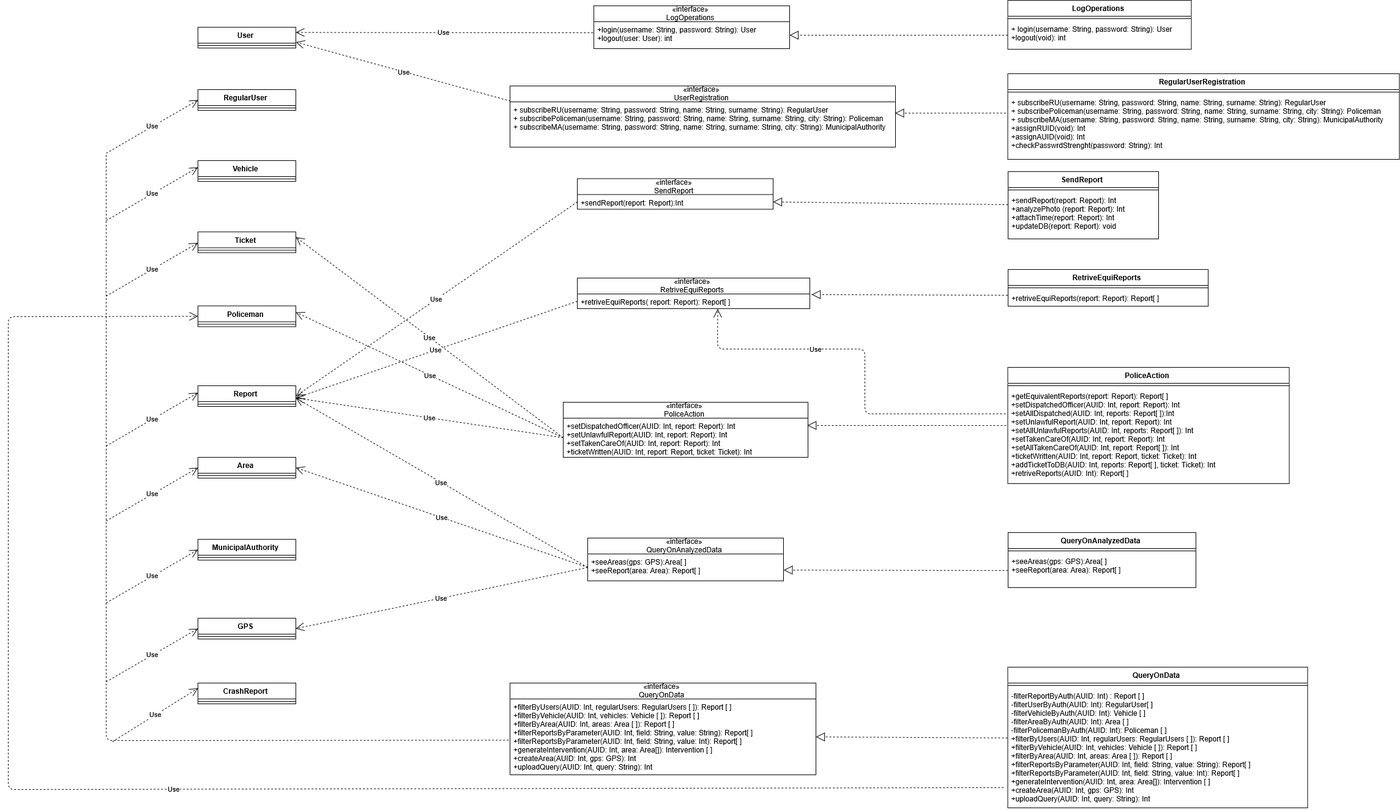
The draw.io diagram DD/Images/component_class_relation.png in fafrullo2/PanzeriPeruginiPipita, before a commit. Source tidied: cells renumbered, new cells last; positions are measured from the earlier drawing's top-left corner, leaving out a move shared by most shapes.
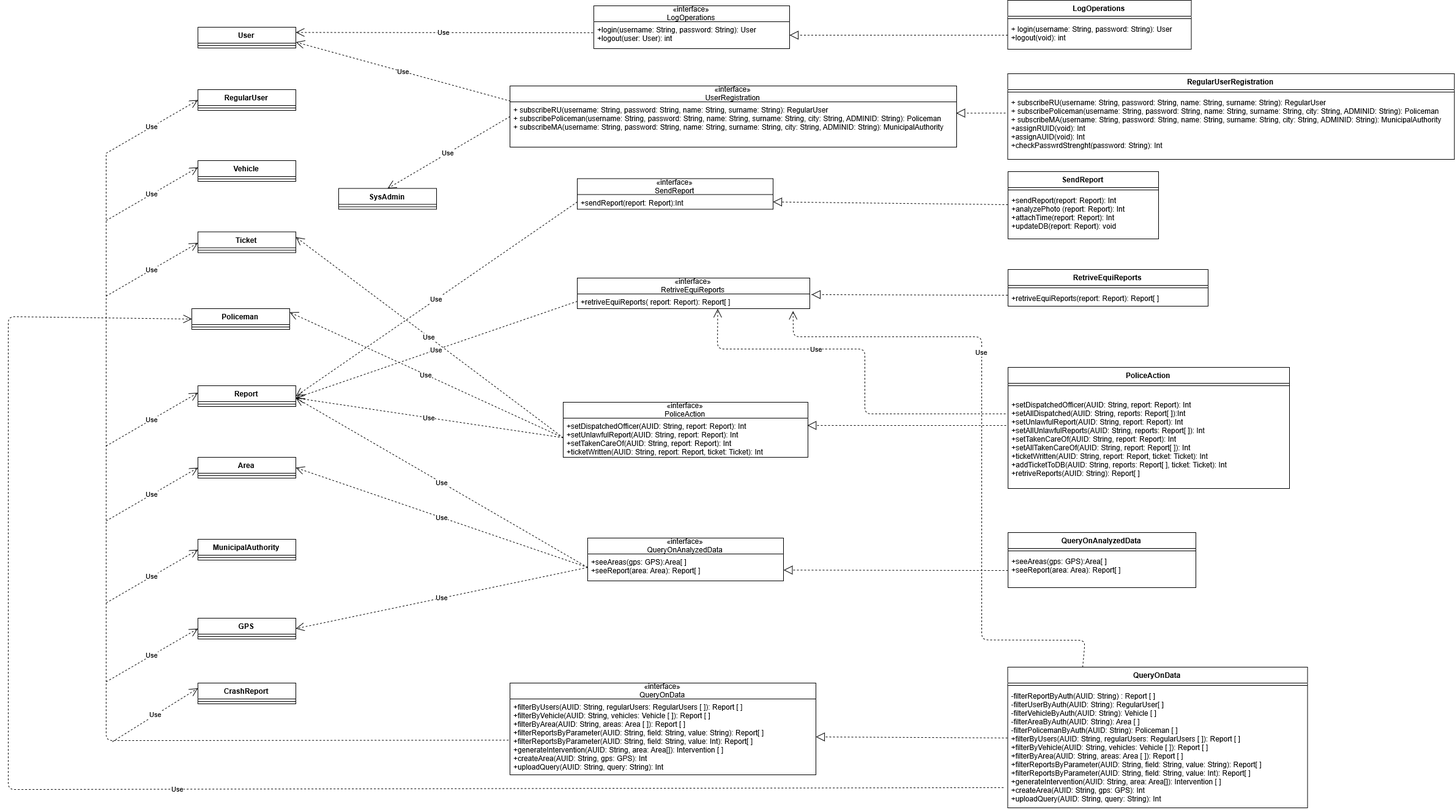
After the commit.

What changed in the source:
```diff
@@ -30,19 +30,19 @@
       <mxGeometry y="26" width="160" height="8" as="geometry" />
     </mxCell>
     <mxCell id="11" value="RegularUserRegistration" style="swimlane;fontStyle=1;align=center;verticalAlign=top;horizontal=1;startSize=26;" parent="1" vertex="1">
-      <mxGeometry x="1633.5" y="120" width="640" height="140" as="geometry" />
+      <mxGeometry x="1633.5" y="120" width="730" height="140" as="geometry" />
     </mxCell>
     <mxCell id="12" style="line;strokeWidth=1;fillColor=none;align=left;verticalAlign=middle;spacingTop=-1;spacingLeft=3;spacingRight=3;labelPosition=right;" parent="11" vertex="1">
-      <mxGeometry y="26" width="640" height="8" as="geometry" />
+      <mxGeometry y="26" width="730" height="8" as="geometry" />
     </mxCell>
-    <mxCell id="13" value="+ subscribeRU(username: String, password: String, name: String, surname: String): RegularUser&#10;+ subscribePoliceman(username: String, password: String, name: String, surname: String, city: String): Policeman&#10;+ subscribeMA(username: String, password: String, name: String, surname: String, city: String): MunicipalAuthority&#10;+assignRUID(void): Int&#10;+assignAUID(void): Int&#10;+checkPasswrdStrenght(password: String): Int" style="text;strokeColor=none;fillColor=none;align=left;verticalAlign=top;spacingLeft=4;spacingRight=4;overflow=hidden;points=[[0,0.5],[1,0.5]];portConstraint=eastwest;" parent="11" vertex="1">
-      <mxGeometry y="34" width="640" height="106" as="geometry" />
+    <mxCell id="13" value="+ subscribeRU(username: String, password: String, name: String, surname: String): RegularUser&#10;+ subscribePoliceman(username: String, password: String, name: String, surname: String, city: String, ADMINID: String): Policeman&#10;+ subscribeMA(username: String, password: String, name: String, surname: String, city: String, ADMINID: String): MunicipalAuthority&#10;+assignRUID(void): Int&#10;+assignAUID(void): Int&#10;+checkPasswrdStrenght(password: String): Int" style="text;strokeColor=none;fillColor=none;align=left;verticalAlign=top;spacingLeft=4;spacingRight=4;overflow=hidden;points=[[0,0.5],[1,0.5]];portConstraint=eastwest;" parent="11" vertex="1">
+      <mxGeometry y="34" width="730" height="106" as="geometry" />
     </mxCell>
     <mxCell id="14" value="«interface»&#10;UserRegistration" style="swimlane;fontStyle=0;horizontal=1;startSize=26;fillColor=none;" parent="1" vertex="1">
-      <mxGeometry x="820" y="140" width="630" height="100" as="geometry" />
+      <mxGeometry x="820" y="140" width="730" height="100" as="geometry" />
     </mxCell>
-    <mxCell id="15" value="+ subscribeRU(username: String, password: String, name: String, surname: String): RegularUser&#10;+ subscribePoliceman(username: String, password: String, name: String, surname: String, city: String): Policeman&#10;+ subscribeMA(username: String, password: String, name: String, surname: String, city: String): MunicipalAuthority" style="text;strokeColor=none;fillColor=none;align=left;verticalAlign=top;spacingLeft=4;spacingRight=4;overflow=hidden;points=[[0,0.5],[1,0.5]];portConstraint=eastwest;" parent="14" vertex="1">
-      <mxGeometry y="26" width="630" height="74" as="geometry" />
+    <mxCell id="15" value="+ subscribeRU(username: String, password: String, name: String, surname: String): RegularUser&#10;+ subscribePoliceman(username: String, password: String, name: String, surname: String, city: String, ADMINID: String): Policeman&#10;+ subscribeMA(username: String, password: String, name: String, surname: String, city: String, ADMINID: String): MunicipalAuthority" style="text;strokeColor=none;fillColor=none;align=left;verticalAlign=top;spacingLeft=4;spacingRight=4;overflow=hidden;points=[[0,0.5],[1,0.5]];portConstraint=eastwest;" parent="14" vertex="1">
+      <mxGeometry y="26" width="730" height="74" as="geometry" />
     </mxCell>
     <mxCell id="16" value="SendReport" style="swimlane;fontStyle=1;align=center;verticalAlign=top;horizontal=1;startSize=26;" parent="1" vertex="1">
       <mxGeometry x="1634" y="280" width="246" height="110" as="geometry" />
@@ -63,13 +63,13 @@
       <mxGeometry y="34" width="327" height="26" as="geometry" />
     </mxCell>
     <mxCell id="22" value="PoliceAction" style="swimlane;fontStyle=1;align=center;verticalAlign=top;horizontal=1;startSize=26;" parent="1" vertex="1">
-      <mxGeometry x="1633.5" y="600" width="460" height="190" as="geometry" />
+      <mxGeometry x="1634" y="600" width="460" height="198" as="geometry" />
     </mxCell>
     <mxCell id="23" style="line;strokeWidth=1;fillColor=none;align=left;verticalAlign=middle;spacingTop=-1;spacingLeft=3;spacingRight=3;labelPosition=right;" parent="22" vertex="1">
       <mxGeometry y="26" width="460" height="8" as="geometry" />
     </mxCell>
-    <mxCell id="24" value="+getEquivalentReports(report: Report): Report[ ]&#10;+setDispatchedOfficer(AUID: Int, report: Report): Int&#10;+setAllDispatched(AUID: Int, reports: Report[ ]):Int&#10;+setUnlawfulReport(AUID: Int, report: Report): Int&#10;+setAllUnlawfulReports(AUID: Int, reports: Report[ ]): Int&#10;+setTakenCareOf(AUID: Int, report: Report): Int&#10;+setAllTakenCareOf(AUID: Int, report: Report[ ]): Int&#10;+ticketWritten(AUID: Int, report: Report, ticket: Ticket): Int&#10;+addTicketToDB(AUID: Int, reports: Report[ ], ticket: Ticket): Int&#10;+retriveReports(AUID: Int): Report[ ]" style="text;strokeColor=none;fillColor=none;align=left;verticalAlign=top;spacingLeft=4;spacingRight=4;overflow=hidden;" parent="22" vertex="1">
-      <mxGeometry y="34" width="460" height="156" as="geometry" />
+    <mxCell id="24" value="&#10;+setDispatchedOfficer(AUID: String, report: Report): Int&#10;+setAllDispatched(AUID: String, reports: Report[ ]):Int&#10;+setUnlawfulReport(AUID: String, report: Report): Int&#10;+setAllUnlawfulReports(AUID: String, reports: Report[ ]): Int&#10;+setTakenCareOf(AUID: String, report: Report): Int&#10;+setAllTakenCareOf(AUID: String, report: Report[ ]): Int&#10;+ticketWritten(AUID: String, report: Report, ticket: Ticket): Int&#10;+addTicketToDB(AUID: String, reports: Report[ ], ticket: Ticket): Int&#10;+retriveReports(AUID: String): Report[ ]" style="text;strokeColor=none;fillColor=none;align=left;verticalAlign=top;spacingLeft=4;spacingRight=4;overflow=hidden;" parent="22" vertex="1">
+      <mxGeometry y="34" width="460" height="164" as="geometry" />
     </mxCell>
     <mxCell id="25" value="QueryOnAnalyzedData" style="swimlane;fontStyle=1;align=center;verticalAlign=top;horizontal=1;startSize=26;" parent="1" vertex="1">
       <mxGeometry x="1634" y="870" width="307" height="90" as="geometry" />
@@ -86,7 +86,7 @@
     <mxCell id="29" style="line;strokeWidth=1;fillColor=none;align=left;verticalAlign=middle;spacingTop=-1;spacingLeft=3;spacingRight=3;labelPosition=right;" parent="28" vertex="1">
       <mxGeometry y="26" width="490" height="8" as="geometry" />
     </mxCell>
-    <mxCell id="30" value="-filterReportByAuth(AUID: Int) : Report [ ]&#10;-filterUserByAuth(AUID: Int): RegularUser[ ]&#10;-filterVehicleByAuth(AUID: Int): Vehicle [ ]&#10;-filterAreaByAuth(AUID: Int): Area [ ]&#10;-filterPolicemanByAuth(AUID: Int): Policeman [ ]&#10;+filterByUsers(AUID: Int, regularUsers: RegularUsers [ ]): Report [ ]&#10;+filterByVehicle(AUID: Int, vehicles: Vehicle [ ]): Report [ ]&#10;+filterByArea(AUID: Int, areas: Area [ ]): Report [ ]&#10;+filterReportsByParameter(AUID: Int, field: String, value: String): Report[ ]&#10;+filterReportsByParameter(AUID: Int, field: String, value: Int): Report[ ]&#10;+generateIntervention(AUID: Int, area: Area[]): Intervention [ ]&#10;+createArea(AUID: Int, gps: GPS): Int&#10;+uploadQuery(AUID: Int, query: String): Int" style="text;strokeColor=none;fillColor=none;align=left;verticalAlign=top;spacingLeft=4;spacingRight=4;overflow=hidden;points=[[0,0.5],[1,0.5]];portConstraint=eastwest;" parent="28" vertex="1">
+    <mxCell id="30" value="-filterReportByAuth(AUID: String) : Report [ ]&#10;-filterUserByAuth(AUID: String): RegularUser[ ]&#10;-filterVehicleByAuth(AUID: String): Vehicle [ ]&#10;-filterAreaByAuth(AUID: String): Area [ ]&#10;-filterPolicemanByAuth(AUID: String): Policeman [ ]&#10;+filterByUsers(AUID: String, regularUsers: RegularUsers [ ]): Report [ ]&#10;+filterByVehicle(AUID: String, vehicles: Vehicle [ ]): Report [ ]&#10;+filterByArea(AUID: String, areas: Area [ ]): Report [ ]&#10;+filterReportsByParameter(AUID: String, field: String, value: String): Report[ ]&#10;+filterReportsByParameter(AUID: String, field: String, value: Int): Report[ ]&#10;+generateIntervention(AUID: String, area: Area[]): Intervention [ ]&#10;+createArea(AUID: String, gps: GPS): Int&#10;+uploadQuery(AUID: String, query: String): Int" style="text;strokeColor=none;fillColor=none;align=left;verticalAlign=top;spacingLeft=4;spacingRight=4;overflow=hidden;points=[[0,0.5],[1,0.5]];portConstraint=eastwest;" parent="28" vertex="1">
       <mxGeometry y="34" width="490" height="196" as="geometry" />
     </mxCell>
     <mxCell id="31" value="«interface»&#10;SendReport" style="swimlane;fontStyle=0;horizontal=1;startSize=26;fillColor=none;" parent="1" vertex="1">
@@ -104,7 +104,7 @@
     <mxCell id="35" value="«interface»&#10;PoliceAction" style="swimlane;fontStyle=0;horizontal=1;startSize=26;fillColor=none;" parent="1" vertex="1">
       <mxGeometry x="907" y="657" width="400" height="90" as="geometry" />
     </mxCell>
-    <mxCell id="36" value="+setDispatchedOfficer(AUID: Int, report: Report): Int&#10;+setUnlawfulReport(AUID: Int, report: Report): Int&#10;+setTakenCareOf(AUID: Int, report: Report): Int&#10;+ticketWritten(AUID: Int, report: Report, ticket: Ticket): Int" style="text;strokeColor=none;fillColor=none;align=left;verticalAlign=top;spacingLeft=4;spacingRight=4;overflow=hidden;points=[[0,0.5],[1,0.5]];portConstraint=eastwest;" parent="35" vertex="1">
+    <mxCell id="36" value="+setDispatchedOfficer(AUID: String, report: Report): Int&#10;+setUnlawfulReport(AUID: String, report: Report): Int&#10;+setTakenCareOf(AUID: String, report: Report): Int&#10;+ticketWritten(AUID: String, report: Report, ticket: Ticket): Int" style="text;strokeColor=none;fillColor=none;align=left;verticalAlign=top;spacingLeft=4;spacingRight=4;overflow=hidden;points=[[0,0.5],[1,0.5]];portConstraint=eastwest;" parent="35" vertex="1">
       <mxGeometry y="26" width="400" height="64" as="geometry" />
     </mxCell>
     <mxCell id="37" value="«interface»&#10;QueryOnAnalyzedData" style="swimlane;fontStyle=0;horizontal=1;startSize=26;fillColor=none;" parent="1" vertex="1">
@@ -116,7 +116,7 @@
     <mxCell id="39" value="«interface»&#10;QueryOnData" style="swimlane;fontStyle=0;horizontal=1;startSize=26;fillColor=none;" parent="1" vertex="1">
       <mxGeometry x="820" y="1116" width="500" height="150" as="geometry" />
     </mxCell>
-    <mxCell id="40" value="+filterByUsers(AUID: Int, regularUsers: RegularUsers [ ]): Report [ ]&#10;+filterByVehicle(AUID: Int, vehicles: Vehicle [ ]): Report [ ]&#10;+filterByArea(AUID: Int, areas: Area [ ]): Report [ ]&#10;+filterReportsByParameter(AUID: Int, field: String, value: String): Report[ ]&#10;+filterReportsByParameter(AUID: Int, field: String, value: Int): Report[ ]&#10;+generateIntervention(AUID: Int, area: Area[]): Intervention [ ]&#10;+createArea(AUID: Int, gps: GPS): Int&#10;+uploadQuery(AUID: Int, query: String): Int" style="text;strokeColor=none;fillColor=none;align=left;verticalAlign=top;spacingLeft=4;spacingRight=4;overflow=hidden;points=[[0,0.5],[1,0.5]];portConstraint=eastwest;" parent="39" vertex="1">
+    <mxCell id="40" value="+filterByUsers(AUID: String, regularUsers: RegularUsers [ ]): Report [ ]&#10;+filterByVehicle(AUID: String, vehicles: Vehicle [ ]): Report [ ]&#10;+filterByArea(AUID: String, areas: Area [ ]): Report [ ]&#10;+filterReportsByParameter(AUID: String, field: String, value: String): Report[ ]&#10;+filterReportsByParameter(AUID: String, field: String, value: Int): Report[ ]&#10;+generateIntervention(AUID: String, area: Area[]): Intervention [ ]&#10;+createArea(AUID: String, gps: GPS): Int&#10;+uploadQuery(AUID: String, query: String): Int" style="text;strokeColor=none;fillColor=none;align=left;verticalAlign=top;spacingLeft=4;spacingRight=4;overflow=hidden;points=[[0,0.5],[1,0.5]];portConstraint=eastwest;" parent="39" vertex="1">
       <mxGeometry y="26" width="500" height="124" as="geometry" />
     </mxCell>
     <mxCell id="41" value="Area" style="swimlane;fontStyle=1;align=center;verticalAlign=top;horizontal=1;startSize=26;" parent="1" vertex="1">
@@ -131,8 +131,8 @@
     <mxCell id="44" style="line;strokeWidth=1;fillColor=none;align=left;verticalAlign=middle;spacingTop=-1;spacingLeft=3;spacingRight=3;labelPosition=right;" parent="43" vertex="1">
       <mxGeometry y="26" width="160" height="8" as="geometry" />
     </mxCell>
-    <mxCell id="45" value="Policeman" style="swimlane;fontStyle=1;align=center;verticalAlign=top;horizontal=1;startSize=26;" parent="1" vertex="1">
-      <mxGeometry x="310" y="499.5" width="160" height="34" as="geometry" />
+    <mxCell id="45" value="SysAdmin" style="swimlane;fontStyle=1;align=center;verticalAlign=top;horizontal=1;startSize=26;" parent="1" vertex="1">
+      <mxGeometry x="540" y="307.5" width="160" height="34" as="geometry" />
     </mxCell>
     <mxCell id="46" style="line;strokeWidth=1;fillColor=none;align=left;verticalAlign=middle;spacingTop=-1;spacingLeft=3;spacingRight=3;labelPosition=right;" parent="45" vertex="1">
       <mxGeometry y="26" width="160" height="8" as="geometry" />
@@ -199,10 +199,8 @@
         <mxPoint x="470" y="650" as="targetPoint" />
       </mxGeometry>
     </mxCell>
-    <mxCell id="65" value="Use" style="endArrow=open;endSize=12;dashed=1;html=1;exitX=0;exitY=0.5;exitDx=0;exitDy=0;" parent="1" edge="1" source="36">
-      <mxGeometry relative="1" as="geometry">
-        <mxPoint x="470" y="510" as="targetPoint" />
-      </mxGeometry>
+    <mxCell id="65" value="Use" style="endArrow=open;endSize=12;dashed=1;html=1;exitX=0;exitY=0.5;exitDx=0;exitDy=0;entryX=1;entryY=0.176;entryDx=0;entryDy=0;entryPerimeter=0;" parent="1" edge="1" source="36" target="86">
+      <mxGeometry relative="1" as="geometry" />
     </mxCell>
     <mxCell id="66" value="Use" style="endArrow=open;endSize=12;dashed=1;html=1;entryX=1;entryY=0.25;entryDx=0;entryDy=0;exitX=0;exitY=0.5;exitDx=0;exitDy=0;" parent="1" edge="1" source="36" target="49">
       <mxGeometry relative="1" as="geometry" />
@@ -258,7 +256,7 @@
         <mxPoint x="310" y="898" as="targetPoint" />
       </mxGeometry>
     </mxCell>
-    <mxCell id="76" value="Use" style="endArrow=open;endSize=12;dashed=1;html=1;exitX=-0.014;exitY=0.831;exitDx=0;exitDy=0;exitPerimeter=0;entryX=0;entryY=0.5;entryDx=0;entryDy=0;" parent="1" edge="1" source="30" target="45">
+    <mxCell id="76" value="Use" style="endArrow=open;endSize=12;dashed=1;html=1;exitX=-0.014;exitY=0.831;exitDx=0;exitDy=0;exitPerimeter=0;entryX=0;entryY=0.5;entryDx=0;entryDy=0;" parent="1" edge="1" source="30" target="86">
       <mxGeometry relative="1" as="geometry">
         <Array as="points">
           <mxPoint y="1290" />
@@ -303,5 +301,26 @@
         <mxPoint x="310" y="1124.5" as="targetPoint" />
       </mxGeometry>
     </mxCell>
+    <mxCell id="85" value="Use" style="endArrow=open;endSize=12;dashed=1;html=1;entryX=0.928;entryY=1.162;entryDx=0;entryDy=0;entryPerimeter=0;exitX=0.25;exitY=0;exitDx=0;exitDy=0;" parent="1" edge="1" source="28" target="34">
+      <mxGeometry x="0.29" relative="1" as="geometry">
+        <Array as="points">
+          <mxPoint x="1760" y="1046" />
+          <mxPoint x="1591" y="1045.5" />
+          <mxPoint x="1591" y="550" />
+          <mxPoint x="1283" y="550" />
+        </Array>
+      </mxGeometry>
+    </mxCell>
+    <mxCell id="86" value="Policeman" style="swimlane;fontStyle=1;align=center;verticalAlign=top;horizontal=1;startSize=26;" parent="1" vertex="1">
+      <mxGeometry x="300" y="504" width="160" height="34" as="geometry" />
+    </mxCell>
+    <mxCell id="87" style="line;strokeWidth=1;fillColor=none;align=left;verticalAlign=middle;spacingTop=-1;spacingLeft=3;spacingRight=3;labelPosition=right;" parent="86" vertex="1">
+      <mxGeometry y="26" width="160" height="8" as="geometry" />
+    </mxCell>
+    <mxCell id="88" value="Use" style="endArrow=open;endSize=12;dashed=1;html=1;entryX=0.5;entryY=0;entryDx=0;entryDy=0;" parent="1" edge="1" target="45">
+      <mxGeometry relative="1" as="geometry">
+        <mxPoint x="820" y="190" as="sourcePoint" />
+      </mxGeometry>
+    </mxCell>
   </root>
 </mxGraphModel>
```
